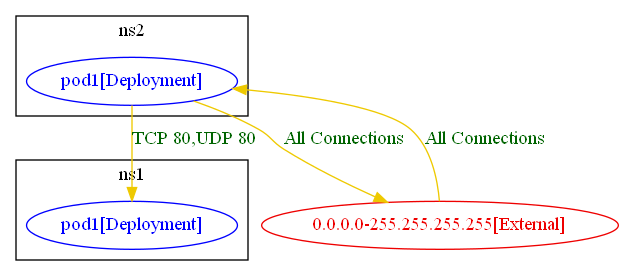
np-guard/netpol-analyzer keeps this Graphviz diagram as test_outputs/connlist/anp_with_np_pass_test_connlist_output.dot.png. Above is the earlier version. Its source is kept beside it as test_outputs/connlist/anp_with_np_pass_test_connlist_output.dot.
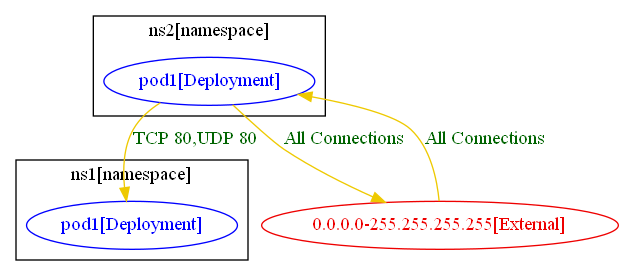
After the commit.

Diff of the diagram source:
```diff
@@ -1,15 +1,15 @@
 digraph {
-	subgraph "cluster_ns1" {
+	subgraph "cluster_ns1[namespace]" {
 		color="black"
 		fontcolor="black"
 		"ns1/pod1[Deployment]" [label="pod1[Deployment]" color="blue" fontcolor="blue"]
-		label="ns1"
+		label="ns1[namespace]"
 	}
-	subgraph "cluster_ns2" {
+	subgraph "cluster_ns2[namespace]" {
 		color="black"
 		fontcolor="black"
 		"ns2/pod1[Deployment]" [label="pod1[Deployment]" color="blue" fontcolor="blue"]
-		label="ns2"
+		label="ns2[namespace]"
 	}
 	"0.0.0.0-255.255.255.255[External]" [label="0.0.0.0-255.255.255.255[External]" color="red2" fontcolor="red2"]
 	"0.0.0.0-255.255.255.255[External]" -> "ns2/pod1[Deployment]" [label="All Connections" color="gold2" fontcolor="darkgreen" weight=0.5]
```
